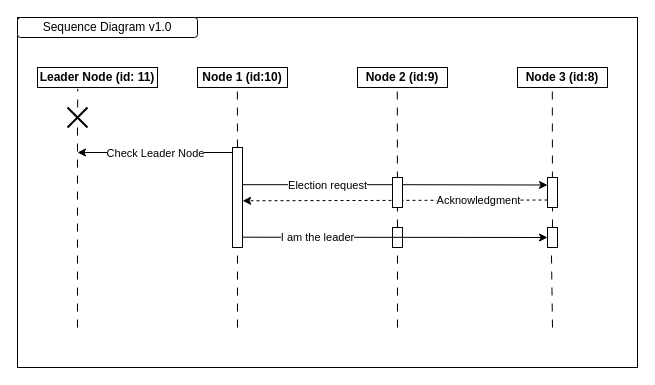
Before: page "sequence_diagram" (1 of 2) of docs/bully_election_diagrams.drawio in mathiesschou/distributed-systems_project_1, a draw.io diagram. Source tidied: cells renumbered, new cells numbered last; positions are measured from the earlier drawing's top-left corner, leaving out a move shared by most shapes. Both pictures are drawn from the tidied source at 100%, with x=0, y=0 at pixel (17, 17).
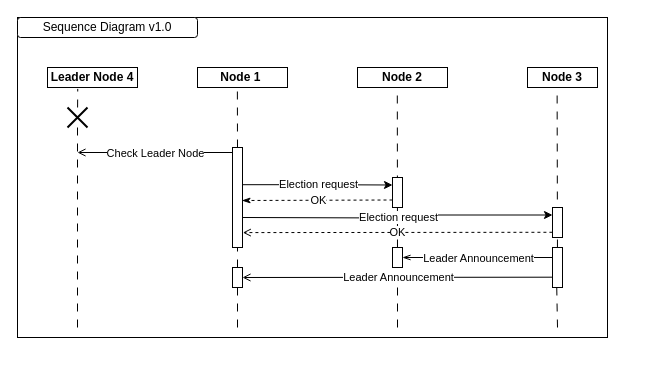
Above is the later version.

Commit message:
Update sequence_diagram draw.io

The change refers to these unchanged cells:
```xml
<mxCell id="15" style="rounded=0;whiteSpace=wrap;html=1;" parent="1" vertex="1">
  <mxGeometry x="215" y="130" width="10" height="100" as="geometry" />
</mxCell>
<mxCell id="22" style="rounded=0;whiteSpace=wrap;html=1;" parent="1" vertex="1">
  <mxGeometry x="375" y="160" width="10" height="30" as="geometry" />
</mxCell>
```

Diff of the diagram source:
```diff
@@
     <mxCell id="2" style="rounded=0;whiteSpace=wrap;html=1;" parent="1" vertex="1">
-      <mxGeometry width="620" height="350" as="geometry" />
+      <mxGeometry width="590" height="320" as="geometry" />
     </mxCell>
-    <mxCell id="3" value="&lt;b&gt;Node 2 (id:9)&lt;/b&gt;" style="rounded=0;whiteSpace=wrap;html=1;" parent="1" vertex="1">
+    <mxCell id="3" value="&lt;b&gt;Node 2&lt;/b&gt;" style="rounded=0;whiteSpace=wrap;html=1;" parent="1" vertex="1">
       <mxGeometry x="340" y="50" width="90" height="20" as="geometry" />
     </mxCell>
-    <mxCell id="4" value="&lt;b&gt;Node 3 (id:8)&lt;/b&gt;" style="rounded=0;whiteSpace=wrap;html=1;" parent="1" vertex="1">
-      <mxGeometry x="500" y="50" width="90" height="20" as="geometry" />
+    <mxCell id="4" value="&lt;b&gt;Node 3&lt;/b&gt;" style="rounded=0;whiteSpace=wrap;html=1;" parent="1" vertex="1">
+      <mxGeometry x="510" y="50" width="70" height="20" as="geometry" />
     </mxCell>
-    <mxCell id="5" style="endArrow=none;html=1;rounded=0;entryX=0.5;entryY=1;entryDx=0;entryDy=0;dashed=1;dashPattern=8 8;" parent="1" edge="1" source="24">
+    <mxCell id="5" style="endArrow=none;html=1;rounded=0;entryX=0.5;entryY=1;entryDx=0;entryDy=0;dashed=1;dashPattern=8 8;" parent="1" edge="1" source="39">
       <mxGeometry relative="1" as="geometry">
         <mxPoint x="379.8" y="70" as="targetPoint" />
       </mxGeometry>
     </mxCell>
-    <mxCell id="6" style="endArrow=none;html=1;rounded=0;entryX=0.387;entryY=1.01;entryDx=0;entryDy=0;dashed=1;dashPattern=8 8;entryPerimeter=0;" parent="1" edge="1" source="26" target="4">
+    <mxCell id="6" style="endArrow=none;html=1;rounded=0;entryX=0.423;entryY=0.985;entryDx=0;entryDy=0;dashed=1;dashPattern=8 8;entryPerimeter=0;" parent="1" edge="1" source="37" target="4">
       <mxGeometry relative="1" as="geometry" />
     </mxCell>
-    <mxCell id="7" style="endArrow=classic;html=1;rounded=0;exitX=0;exitY=0.5;exitDx=0;exitDy=0;" parent="1" edge="1">
+    <mxCell id="7" style="endArrow=open;html=1;rounded=0;exitX=0;exitY=0.5;exitDx=0;exitDy=0;endFill=0;" parent="1" edge="1">
       <mxGeometry relative="1" as="geometry">
         <mxPoint x="215" y="135" as="sourcePoint" />
         <mxPoint x="60" y="135" as="targetPoint" />
       </mxGeometry>
     </mxCell>
@@
-    <mxCell id="9" value="&lt;b&gt;Leader Node (id: 11)&lt;/b&gt;" style="rounded=0;whiteSpace=wrap;html=1;" parent="1" vertex="1">
-      <mxGeometry x="20" y="50" width="120" height="20" as="geometry" />
+    <mxCell id="9" value="&lt;b&gt;Leader Node 4&lt;/b&gt;" style="rounded=0;whiteSpace=wrap;html=1;" parent="1" vertex="1">
+      <mxGeometry x="30" y="50" width="90" height="20" as="geometry" />
     </mxCell>
@@
-    <mxCell id="11" value="&lt;b&gt;Node 1 (id:10)&lt;/b&gt;" style="rounded=0;whiteSpace=wrap;html=1;" parent="1" vertex="1">
+    <mxCell id="11" value="&lt;b&gt;Node 1&amp;nbsp;&lt;/b&gt;" style="rounded=0;whiteSpace=wrap;html=1;" parent="1" vertex="1">
       <mxGeometry x="180" y="50" width="90" height="20" as="geometry" />
     </mxCell>
@@
-    <mxCell id="14" style="endArrow=none;html=1;rounded=0;entryX=0.5;entryY=1;entryDx=0;entryDy=0;dashed=1;dashPattern=8 8;" parent="1" edge="1" target="15">
-      <mxGeometry relative="1" as="geometry">
-        <mxPoint x="220" y="310" as="sourcePoint" />
-      </mxGeometry>
+    <mxCell id="14" style="endArrow=none;html=1;rounded=0;entryX=0.5;entryY=1;entryDx=0;entryDy=0;dashed=1;dashPattern=8 8;" parent="1" edge="1" source="41" target="15">
+      <mxGeometry relative="1" as="geometry" />
     </mxCell>
@@
-    <mxCell id="16" style="endArrow=classic;html=1;rounded=0;entryX=0;entryY=0.25;entryDx=0;entryDy=0;exitX=0.97;exitY=0.372;exitDx=0;exitDy=0;edgeStyle=orthogonalEdgeStyle;exitPerimeter=0;" parent="1" edge="1" source="15" target="20">
+    <mxCell id="16" style="endArrow=classic;html=1;rounded=0;entryX=0;entryY=0.25;entryDx=0;entryDy=0;exitX=0.97;exitY=0.372;exitDx=0;exitDy=0;edgeStyle=orthogonalEdgeStyle;exitPerimeter=0;" parent="1" edge="1" source="15" target="22">
       <mxGeometry relative="1" as="geometry" />
     </mxCell>
     <mxCell id="17" value="Election request" style="edgeLabel;html=1;align=center;verticalAlign=middle;" parent="16" vertex="1">
-      <mxGeometry relative="1" as="geometry">
-        <mxPoint x="-68" as="offset" />
-      </mxGeometry>
+      <mxGeometry relative="1" as="geometry" />
     </mxCell>
-    <mxCell id="18" style="endArrow=classic;html=1;rounded=0;entryX=1.013;entryY=0.533;entryDx=0;entryDy=0;exitX=0;exitY=0.75;exitDx=0;exitDy=0;dashed=1;entryPerimeter=0;" parent="1" edge="1" source="20" target="15">
-      <mxGeometry relative="1" as="geometry" />
-    </mxCell>
-    <mxCell id="19" value="Acknowledgment" style="edgeLabel;html=1;align=center;verticalAlign=middle;" parent="18" vertex="1">
-      <mxGeometry relative="1" as="geometry">
-        <mxPoint x="82" as="offset" />
-      </mxGeometry>
-    </mxCell>
-    <mxCell id="20" style="rounded=0;whiteSpace=wrap;html=1;" parent="1" vertex="1">
-      <mxGeometry x="530" y="160" width="10" height="30" as="geometry" />
-    </mxCell>
@@
-    <mxCell id="23" style="endArrow=none;html=1;rounded=0;entryX=0.5;entryY=1;entryDx=0;entryDy=0;dashed=1;dashPattern=8 8;" parent="1" edge="1" target="24">
-      <mxGeometry relative="1" as="geometry">
-        <mxPoint x="380" y="310" as="sourcePoint" />
-      </mxGeometry>
-    </mxCell>
-    <mxCell id="24" style="rounded=0;whiteSpace=wrap;html=1;" parent="1" vertex="1">
-      <mxGeometry x="375" y="210" width="10" height="20" as="geometry" />
-    </mxCell>
-    <mxCell id="25" style="endArrow=none;html=1;rounded=0;entryX=0.387;entryY=1.01;entryDx=0;entryDy=0;dashed=1;dashPattern=8 8;entryPerimeter=0;" parent="1" edge="1" target="26">
-      <mxGeometry relative="1" as="geometry">
-        <mxPoint x="535" y="310" as="sourcePoint" />
-      </mxGeometry>
-    </mxCell>
-    <mxCell id="26" style="rounded=0;whiteSpace=wrap;html=1;" parent="1" vertex="1">
-      <mxGeometry x="530" y="210" width="10" height="20" as="geometry" />
-    </mxCell>
-    <mxCell id="27" style="endArrow=classic;html=1;rounded=0;entryX=0;entryY=0.5;entryDx=0;entryDy=0;" parent="1" edge="1" target="26">
-      <mxGeometry relative="1" as="geometry">
-        <mxPoint x="225" y="219.7" as="sourcePoint" />
-      </mxGeometry>
-    </mxCell>
-    <mxCell id="28" value="I am the leader" style="edgeLabel;html=1;align=center;verticalAlign=middle;" parent="27" vertex="1">
-      <mxGeometry relative="1" as="geometry">
-        <mxPoint x="-78" as="offset" />
-      </mxGeometry>
-    </mxCell>
@@
+    <mxCell id="30" style="endArrow=classicThin;html=1;rounded=0;exitX=0;exitY=0.75;exitDx=0;exitDy=0;entryX=0.953;entryY=0.53;entryDx=0;entryDy=0;entryPerimeter=0;dashed=1;endFill=1;" parent="1" edge="1" source="22" target="15">
+      <mxGeometry relative="1" as="geometry" />
+    </mxCell>
+    <mxCell id="31" value="OK" style="edgeLabel;html=1;align=center;verticalAlign=middle;" parent="30" vertex="1">
+      <mxGeometry relative="1" as="geometry" />
+    </mxCell>
+    <mxCell id="32" style="endArrow=none;html=1;rounded=0;entryX=0.387;entryY=1.01;entryDx=0;entryDy=0;dashed=1;dashPattern=8 8;entryPerimeter=0;" parent="1" edge="1" target="20">
+      <mxGeometry relative="1" as="geometry">
+        <mxPoint x="535.1" y="210" as="sourcePoint" />
+      </mxGeometry>
+    </mxCell>
+    <mxCell id="20" style="rounded=0;whiteSpace=wrap;html=1;" parent="1" vertex="1">
+      <mxGeometry x="535" y="190" width="10" height="30" as="geometry" />
+    </mxCell>
+    <mxCell id="33" style="endArrow=classic;html=1;rounded=0;entryX=0;entryY=0.25;entryDx=0;entryDy=0;exitX=0.97;exitY=0.372;exitDx=0;exitDy=0;edgeStyle=orthogonalEdgeStyle;exitPerimeter=0;" parent="1" edge="1" target="20">
+      <mxGeometry relative="1" as="geometry">
+        <mxPoint x="225" y="200" as="sourcePoint" />
+      </mxGeometry>
+    </mxCell>
+    <mxCell id="34" value="Election request" style="edgeLabel;html=1;align=center;verticalAlign=middle;" parent="33" vertex="1">
+      <mxGeometry relative="1" as="geometry" />
+    </mxCell>
+    <mxCell id="18" style="endArrow=open;html=1;rounded=0;exitX=-0.008;exitY=0.826;exitDx=0;exitDy=0;entryX=1.033;entryY=0.851;entryDx=0;entryDy=0;entryPerimeter=0;dashed=1;exitPerimeter=0;endFill=0;" parent="1" edge="1" source="20" target="15">
+      <mxGeometry relative="1" as="geometry" />
+    </mxCell>
+    <mxCell id="35" value="OK" style="edgeLabel;html=1;align=center;verticalAlign=middle;" parent="18" vertex="1">
+      <mxGeometry relative="1" as="geometry" />
+    </mxCell>
+    <mxCell id="36" style="endArrow=none;html=1;rounded=0;entryX=0.423;entryY=0.985;entryDx=0;entryDy=0;dashed=1;dashPattern=8 8;entryPerimeter=0;" parent="1" edge="1" target="37">
+      <mxGeometry relative="1" as="geometry">
+        <mxPoint x="540" y="310" as="sourcePoint" />
+      </mxGeometry>
+    </mxCell>
+    <mxCell id="37" style="rounded=0;whiteSpace=wrap;html=1;" parent="1" vertex="1">
+      <mxGeometry x="535" y="230" width="10" height="40" as="geometry" />
+    </mxCell>
+    <mxCell id="38" style="endArrow=none;html=1;rounded=0;entryX=0.5;entryY=1;entryDx=0;entryDy=0;dashed=1;dashPattern=8 8;" parent="1" edge="1" target="39">
+      <mxGeometry relative="1" as="geometry">
+        <mxPoint x="380" y="310" as="sourcePoint" />
+      </mxGeometry>
+    </mxCell>
+    <mxCell id="39" style="rounded=0;whiteSpace=wrap;html=1;" parent="1" vertex="1">
+      <mxGeometry x="375" y="230" width="10" height="20" as="geometry" />
+    </mxCell>
+    <mxCell id="40" style="endArrow=none;html=1;rounded=0;entryX=0.5;entryY=1;entryDx=0;entryDy=0;dashed=1;dashPattern=8 8;" parent="1" edge="1" target="41">
+      <mxGeometry relative="1" as="geometry">
+        <mxPoint x="220" y="310" as="sourcePoint" />
+      </mxGeometry>
+    </mxCell>
+    <mxCell id="41" style="rounded=0;whiteSpace=wrap;html=1;" parent="1" vertex="1">
+      <mxGeometry x="215" y="250" width="10" height="20" as="geometry" />
+    </mxCell>
+    <mxCell id="42" style="endArrow=openThin;html=1;rounded=0;exitX=0;exitY=0.25;exitDx=0;exitDy=0;entryX=1;entryY=0.5;entryDx=0;entryDy=0;endFill=0;" parent="1" edge="1" source="37" target="39">
+      <mxGeometry relative="1" as="geometry" />
+    </mxCell>
+    <mxCell id="43" value="Leader Announcement" style="edgeLabel;html=1;align=center;verticalAlign=middle;" parent="42" vertex="1">
+      <mxGeometry relative="1" as="geometry" />
+    </mxCell>
+    <mxCell id="44" style="endArrow=open;html=1;rounded=0;exitX=0;exitY=0.25;exitDx=0;exitDy=0;entryX=1;entryY=0.5;entryDx=0;entryDy=0;endFill=0;" parent="1" edge="1" target="41">
+      <mxGeometry relative="1" as="geometry">
+        <mxPoint x="535" y="259.7" as="sourcePoint" />
+      </mxGeometry>
+    </mxCell>
+    <mxCell id="45" value="Leader Announcement" style="edgeLabel;html=1;align=center;verticalAlign=middle;" parent="44" vertex="1">
+      <mxGeometry relative="1" as="geometry" />
+    </mxCell>
```
